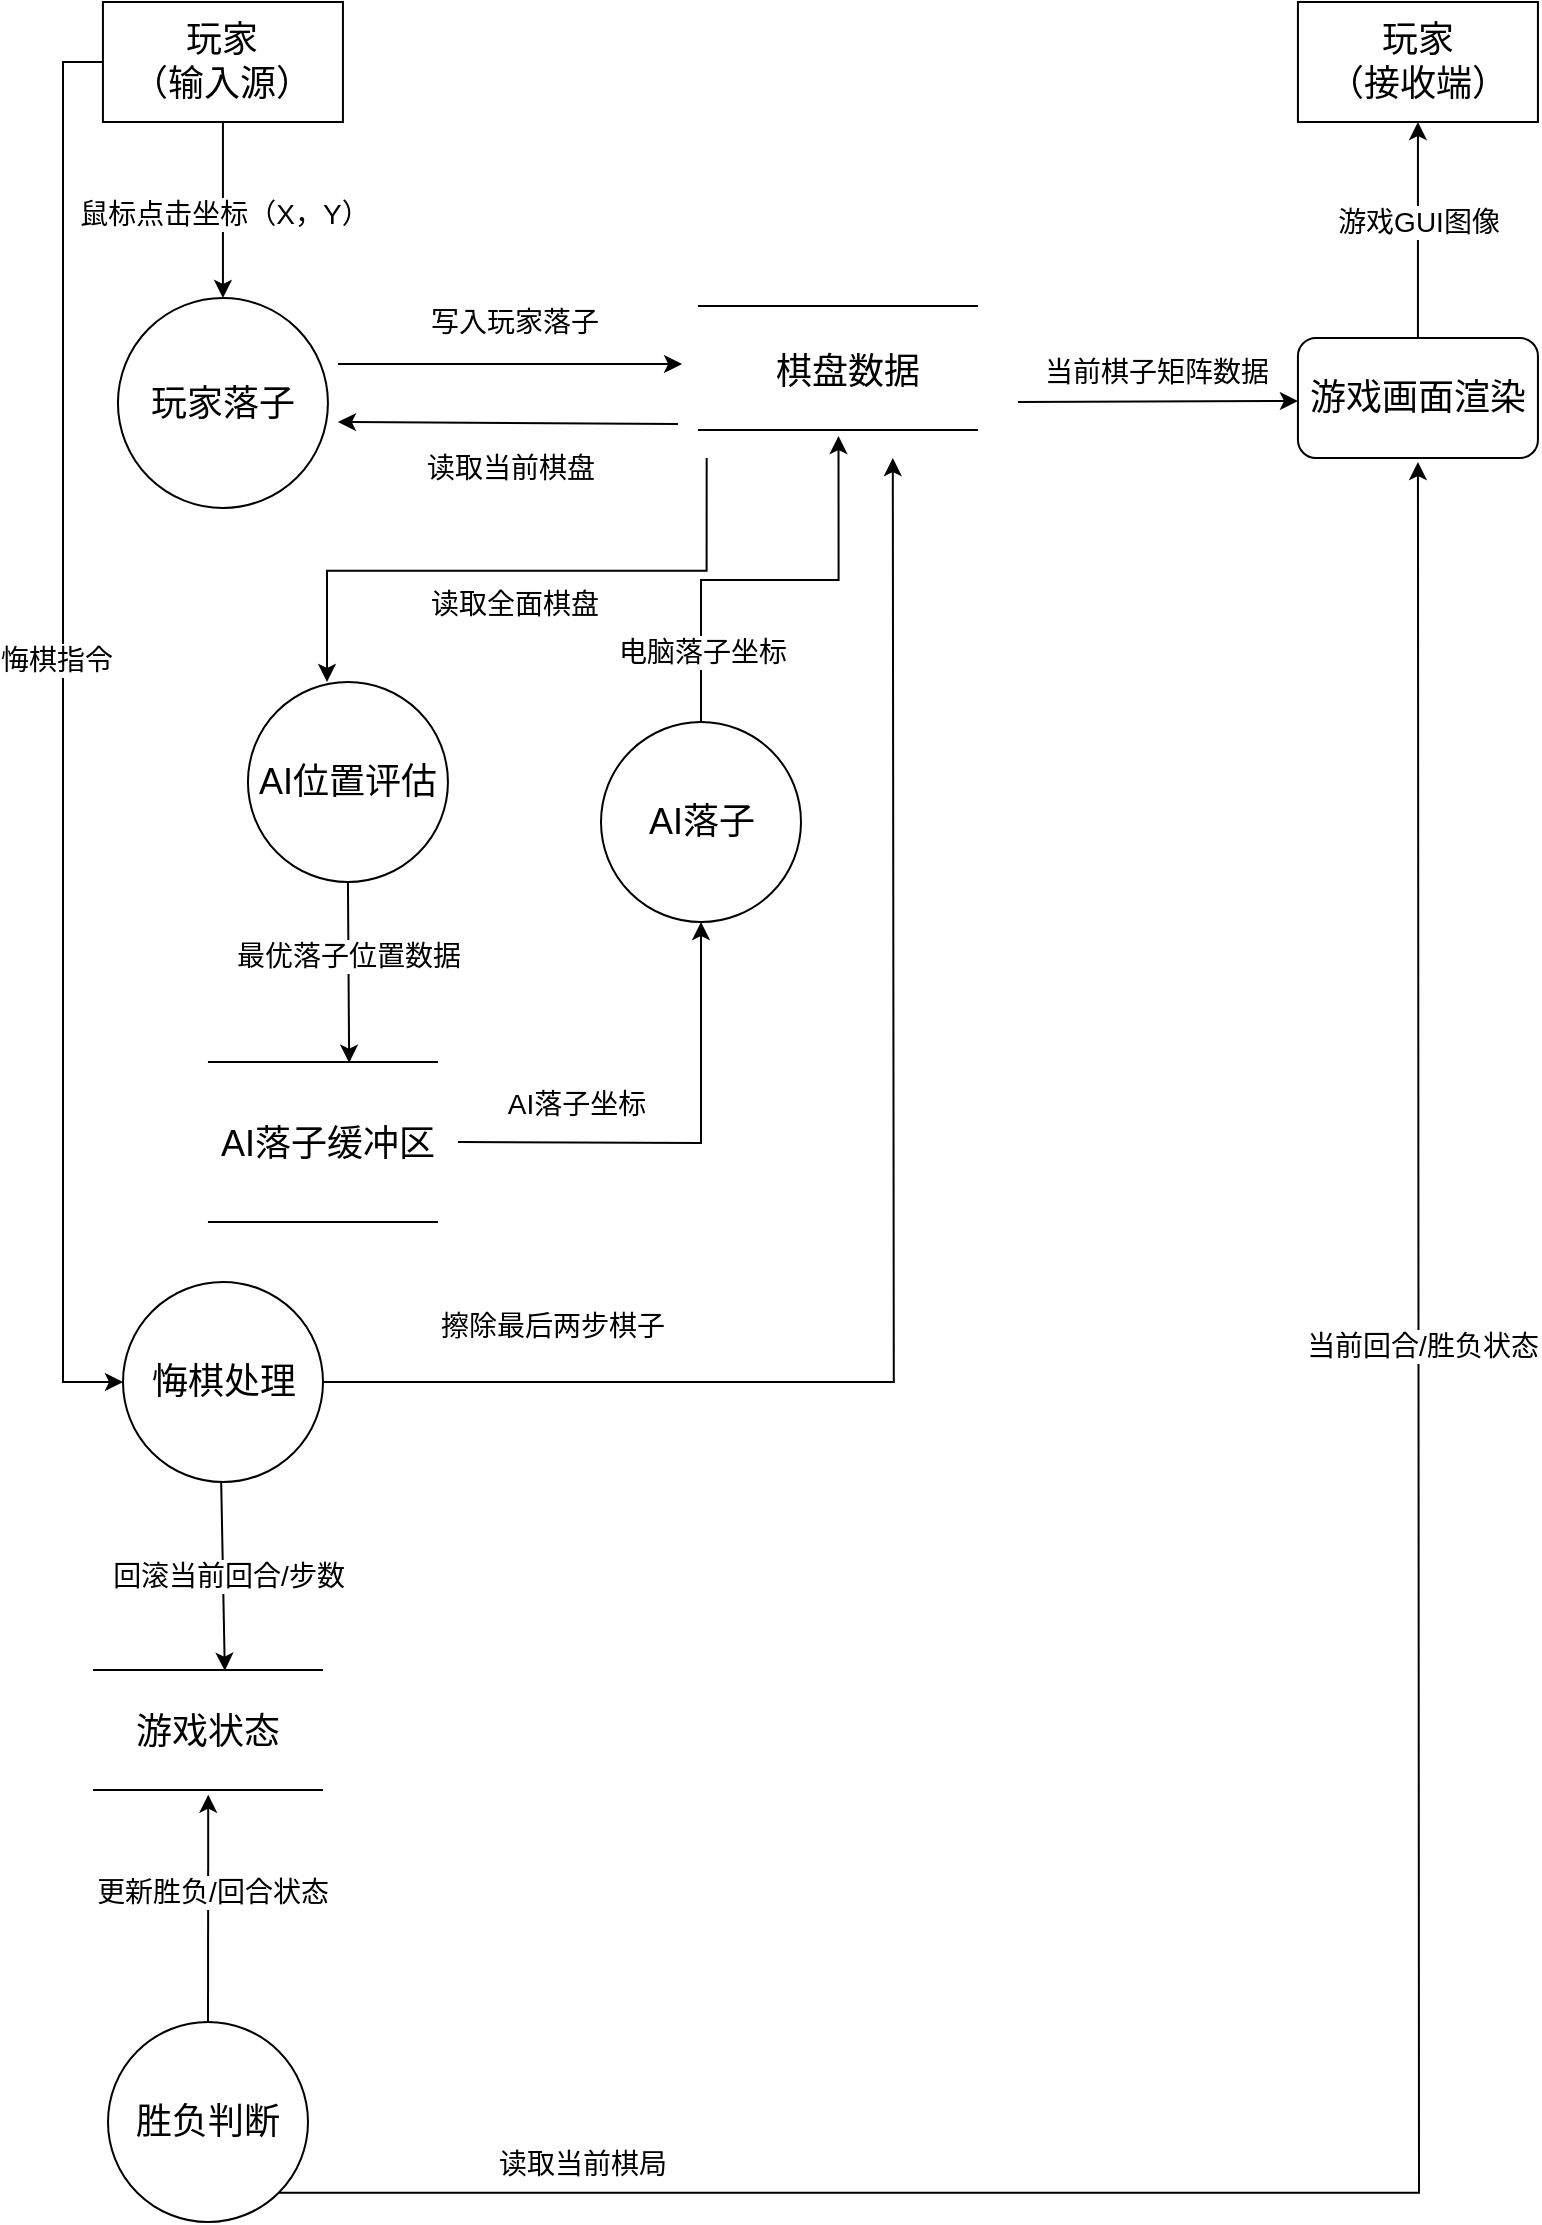
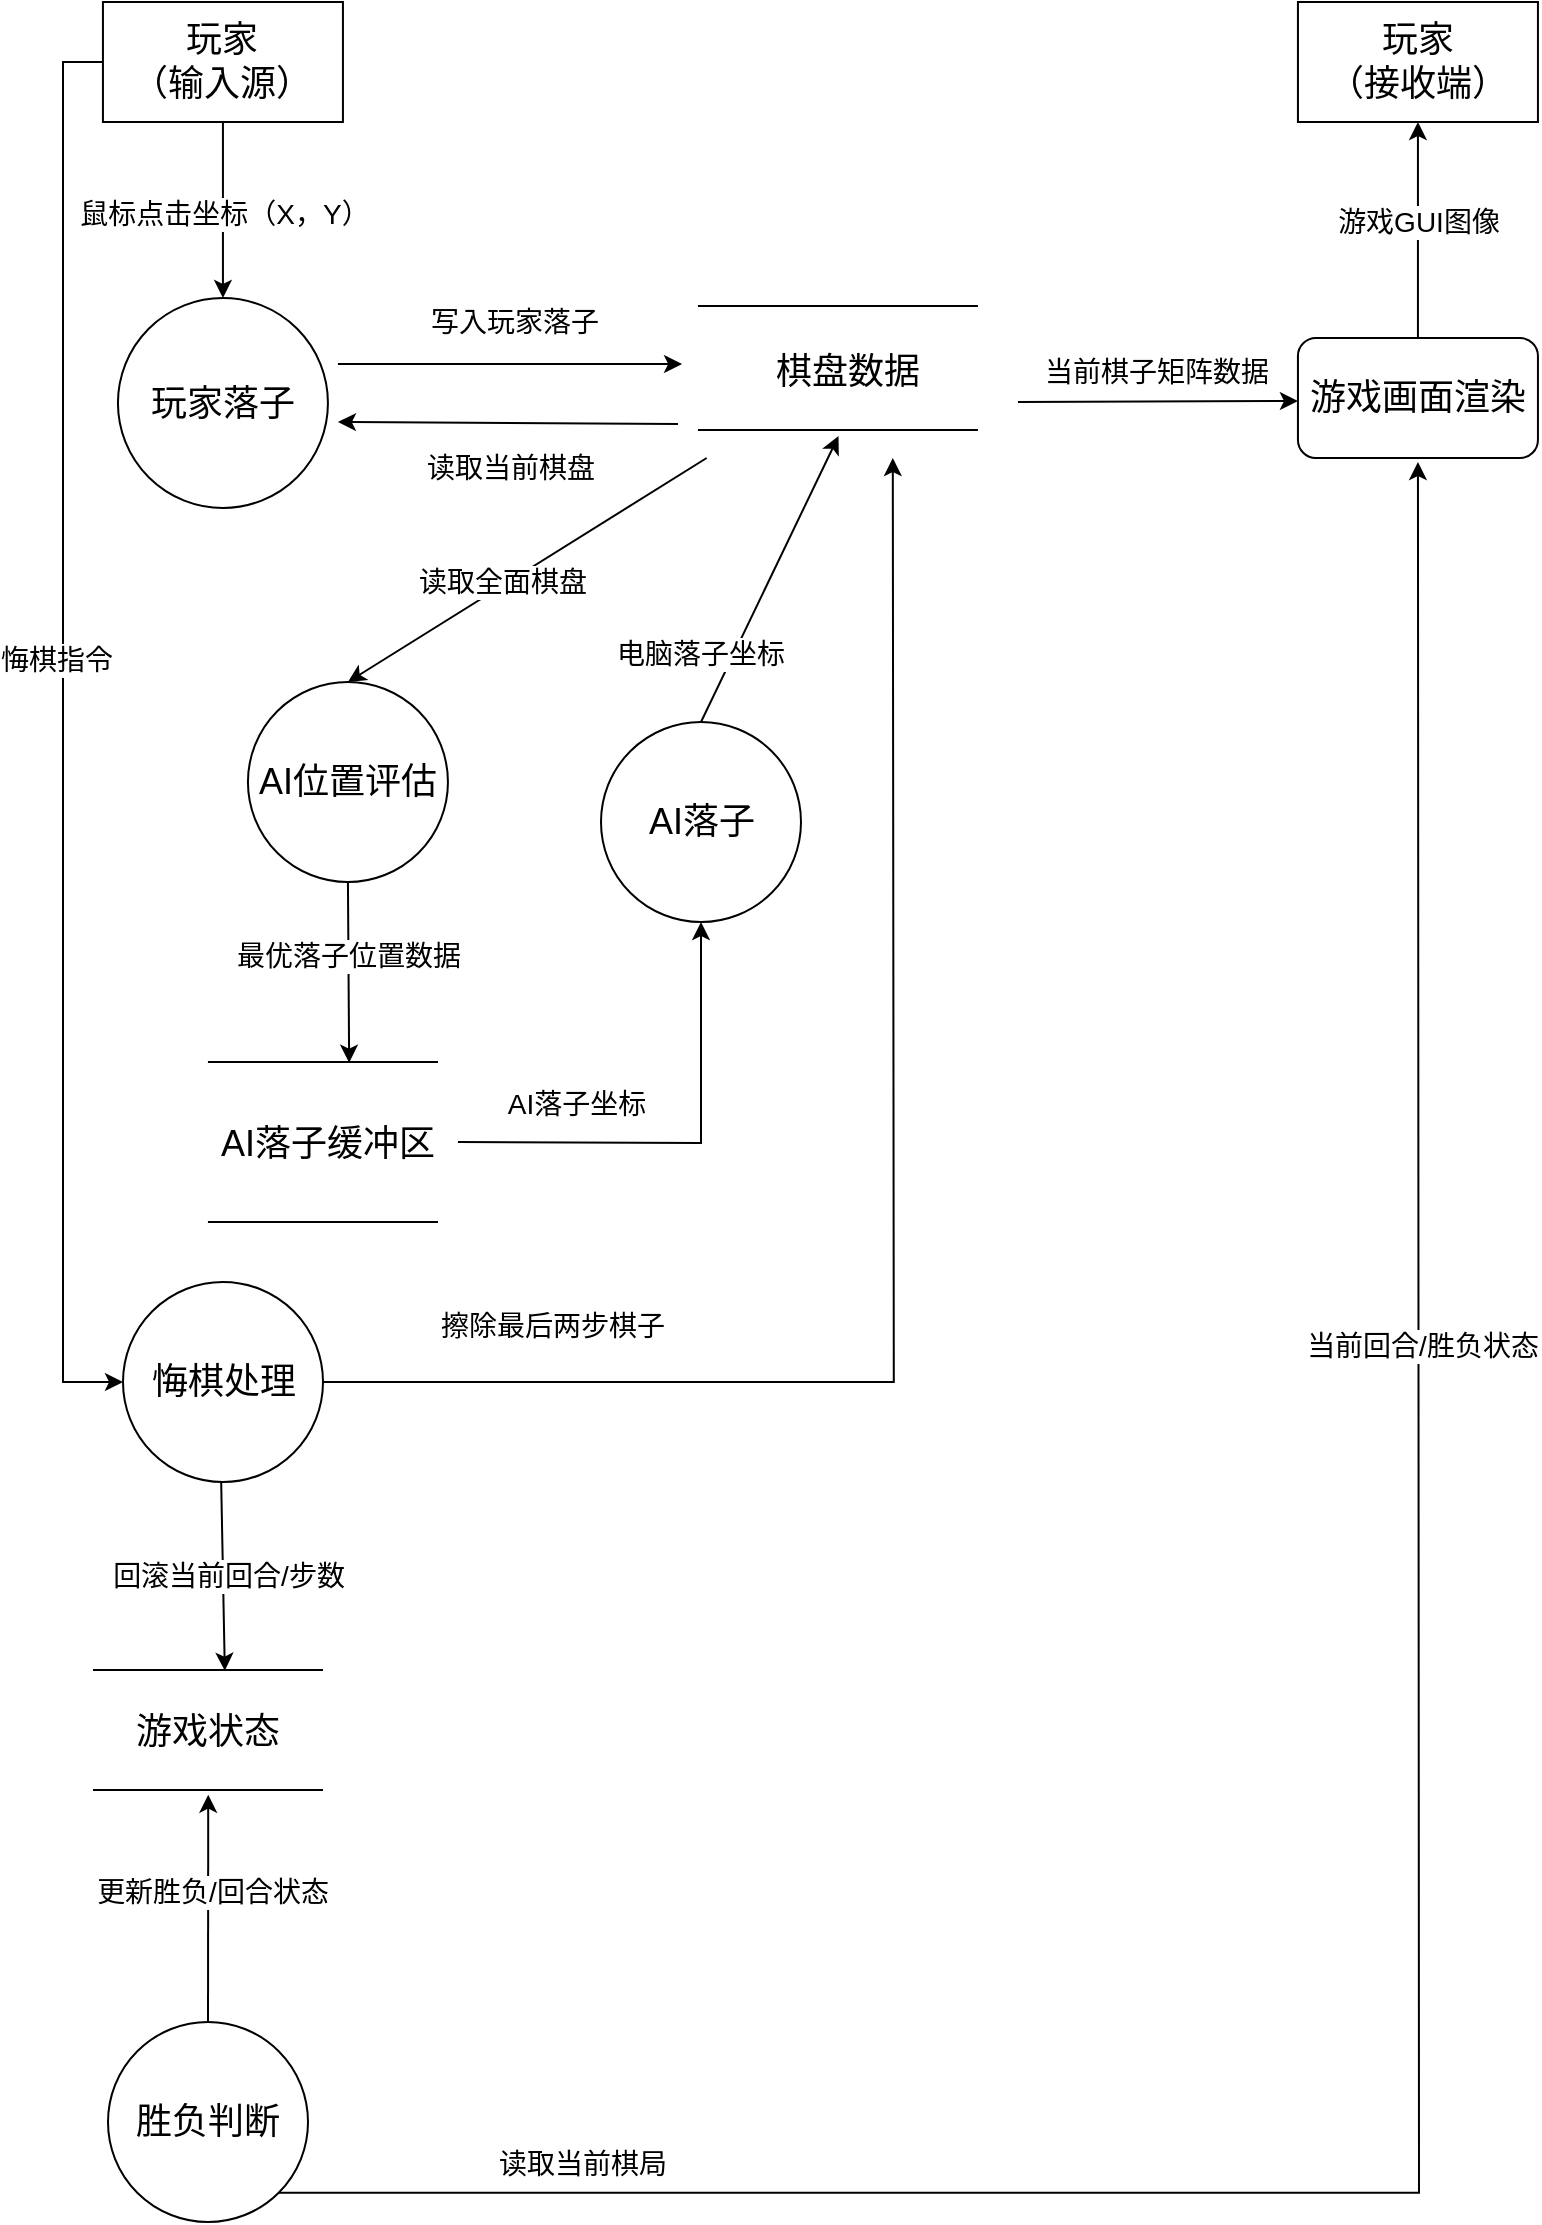
<mxfile host="app.diagrams.net">
  <diagram name="Page-1" id="hryGj0KzSXnJhMcqTr9-">
    <mxGraphModel dx="1201" dy="825" grid="1" gridSize="10" guides="1" tooltips="1" connect="1" arrows="1" fold="1" page="1" pageScale="1" pageWidth="827" pageHeight="1169" math="0" shadow="0">
      <root>
        <mxCell id="0" />
        <mxCell id="1" parent="0" />
        <mxCell id="fDHwApNMCYBN-XmplwMt-11" edge="1" parent="1" source="fDHwApNMCYBN-XmplwMt-3" style="edgeStyle=orthogonalEdgeStyle;rounded=0;orthogonalLoop=1;jettySize=auto;html=1;exitX=0.5;exitY=1;exitDx=0;exitDy=0;entryX=0.5;entryY=0;entryDx=0;entryDy=0;" target="SoA14i47H3jGXmkj97EN-22">
          <mxGeometry relative="1" as="geometry">
            <mxPoint x="93.97" y="200" as="targetPoint" />
          </mxGeometry>
        </mxCell>
        <mxCell id="fDHwApNMCYBN-XmplwMt-12" connectable="0" parent="fDHwApNMCYBN-XmplwMt-11" style="edgeLabel;html=1;align=center;verticalAlign=middle;resizable=0;points=[];" value="&lt;font style=&quot;font-size: 14px;&quot;&gt;鼠标点击坐标（X，Y）&lt;/font&gt;" vertex="1">
          <mxGeometry relative="1" x="0.0364" as="geometry">
            <mxPoint as="offset" />
          </mxGeometry>
        </mxCell>
        <mxCell id="SoA14i47H3jGXmkj97EN-53" edge="1" parent="1" source="fDHwApNMCYBN-XmplwMt-3" style="edgeStyle=orthogonalEdgeStyle;rounded=0;orthogonalLoop=1;jettySize=auto;html=1;exitX=0;exitY=0.5;exitDx=0;exitDy=0;entryX=0;entryY=0.5;entryDx=0;entryDy=0;" target="SoA14i47H3jGXmkj97EN-41">
          <mxGeometry relative="1" as="geometry" />
        </mxCell>
        <mxCell id="SoA14i47H3jGXmkj97EN-54" connectable="0" parent="SoA14i47H3jGXmkj97EN-53" style="edgeLabel;html=1;align=center;verticalAlign=middle;resizable=0;points=[];" value="&lt;font style=&quot;font-size: 14px;&quot;&gt;悔棋指令&lt;/font&gt;" vertex="1">
          <mxGeometry relative="1" x="-0.1018" y="-4" as="geometry">
            <mxPoint as="offset" />
          </mxGeometry>
        </mxCell>
        <mxCell id="fDHwApNMCYBN-XmplwMt-3" parent="1" style="rounded=0;whiteSpace=wrap;html=1;" value="&lt;font style=&quot;font-size: 18px;&quot;&gt;玩家&lt;/font&gt;&lt;div&gt;&lt;font style=&quot;font-size: 18px;&quot;&gt;（输入源）&lt;/font&gt;&lt;/div&gt;" vertex="1">
          <mxGeometry height="60" width="120" x="66.47" y="30" as="geometry" />
        </mxCell>
        <mxCell id="SoA14i47H3jGXmkj97EN-37" edge="1" parent="1" source="fDHwApNMCYBN-XmplwMt-9" style="edgeStyle=orthogonalEdgeStyle;rounded=0;orthogonalLoop=1;jettySize=auto;html=1;exitX=0.5;exitY=0;exitDx=0;exitDy=0;entryX=0.5;entryY=1;entryDx=0;entryDy=0;" target="fDHwApNMCYBN-XmplwMt-10">
          <mxGeometry relative="1" as="geometry" />
        </mxCell>
        <mxCell id="SoA14i47H3jGXmkj97EN-38" connectable="0" parent="SoA14i47H3jGXmkj97EN-37" style="edgeLabel;html=1;align=center;verticalAlign=middle;resizable=0;points=[];" value="&lt;font style=&quot;font-size: 14px;&quot;&gt;游戏GUI图像&lt;/font&gt;" vertex="1">
          <mxGeometry relative="1" x="0.0741" as="geometry">
            <mxPoint as="offset" />
          </mxGeometry>
        </mxCell>
        <mxCell id="fDHwApNMCYBN-XmplwMt-9" parent="1" style="rounded=1;whiteSpace=wrap;html=1;" value="&lt;font style=&quot;font-size: 18px;&quot;&gt;游戏画面渲染&lt;/font&gt;" vertex="1">
          <mxGeometry height="60" width="120" x="663.97" y="198" as="geometry" />
        </mxCell>
        <mxCell id="fDHwApNMCYBN-XmplwMt-10" parent="1" style="rounded=0;whiteSpace=wrap;html=1;" value="&lt;span style=&quot;font-size: 18px;&quot;&gt;玩家&lt;/span&gt;&lt;div&gt;&lt;span style=&quot;font-size: 18px;&quot;&gt;（接收端）&lt;/span&gt;&lt;/div&gt;" vertex="1">
          <mxGeometry height="60" width="120" x="663.97" y="30" as="geometry" />
        </mxCell>
        <mxCell id="SoA14i47H3jGXmkj97EN-10" edge="1" parent="1" style="endArrow=classic;html=1;rounded=0;entryX=0.013;entryY=0.14;entryDx=0;entryDy=0;entryPerimeter=0;" value="">
          <mxGeometry height="50" relative="1" width="50" as="geometry">
            <mxPoint x="183.97" y="211" as="sourcePoint" />
            <mxPoint x="356.037" y="211" as="targetPoint" />
          </mxGeometry>
        </mxCell>
        <mxCell id="SoA14i47H3jGXmkj97EN-11" connectable="0" parent="SoA14i47H3jGXmkj97EN-10" style="edgeLabel;html=1;align=center;verticalAlign=middle;resizable=0;points=[];" value="&lt;font style=&quot;font-size: 14px;&quot;&gt;写入玩家落子&lt;/font&gt;" vertex="1">
          <mxGeometry relative="1" x="0.0202" y="1" as="geometry">
            <mxPoint y="-20" as="offset" />
          </mxGeometry>
        </mxCell>
        <mxCell id="SoA14i47H3jGXmkj97EN-12" edge="1" parent="1" style="endArrow=classic;html=1;rounded=0;exitX=0.925;exitY=0;exitDx=0;exitDy=0;exitPerimeter=0;" value="">
          <mxGeometry height="50" relative="1" width="50" as="geometry">
            <mxPoint x="353.96999999999997" y="241" as="sourcePoint" />
            <mxPoint x="183.97" y="240" as="targetPoint" />
          </mxGeometry>
        </mxCell>
        <mxCell id="SoA14i47H3jGXmkj97EN-13" connectable="0" parent="SoA14i47H3jGXmkj97EN-12" style="edgeLabel;html=1;align=center;verticalAlign=middle;resizable=0;points=[];" value="&lt;font style=&quot;font-size: 14px;&quot;&gt;读取当前棋盘&lt;/font&gt;&lt;div&gt;&lt;font style=&quot;font-size: 14px;&quot;&gt;&lt;br&gt;&lt;/font&gt;&lt;/div&gt;" vertex="1">
          <mxGeometry relative="1" x="0.0202" y="1" as="geometry">
            <mxPoint x="2" y="29" as="offset" />
          </mxGeometry>
        </mxCell>
-         <mxCell id="SoA14i47H3jGXmkj97EN-14" edge="1" parent="1" style="endArrow=classic;html=1;rounded=0;exitX=0.355;exitY=0.958;exitDx=0;exitDy=0;exitPerimeter=0;edgeStyle=orthogonalEdgeStyle;" value="">
-           <mxGeometry height="50" relative="1" width="50" as="geometry">
-             <Array as="points">
-               <mxPoint x="368.17" y="314.34" />
-               <mxPoint x="179.17000000000002" y="314.34" />
-             </Array>
+         <mxCell id="SoA14i47H3jGXmkj97EN-14" edge="1" parent="1" style="endArrow=classic;html=1;rounded=0;exitX=0.355;exitY=0.958;exitDx=0;exitDy=0;exitPerimeter=0;entryX=0.5;entryY=0;entryDx=0;entryDy=0;" target="SoA14i47H3jGXmkj97EN-23" value="">
+           <mxGeometry height="50" relative="1" width="50" as="geometry">
            <mxPoint x="368.3400000000001" y="258.00399999999996" as="sourcePoint" />
            <mxPoint x="178.5" y="370" as="targetPoint" />
          </mxGeometry>
        </mxCell>
        <mxCell id="SoA14i47H3jGXmkj97EN-15" connectable="0" parent="SoA14i47H3jGXmkj97EN-14" style="edgeLabel;html=1;align=center;verticalAlign=middle;resizable=0;points=[];" value="&lt;font style=&quot;font-size: 14px;&quot;&gt;读取全面棋盘&lt;/font&gt;" vertex="1">
          <mxGeometry relative="1" x="-0.1782" as="geometry">
            <mxPoint x="-29" y="16" as="offset" />
          </mxGeometry>
        </mxCell>
        <mxCell id="SoA14i47H3jGXmkj97EN-16" edge="1" parent="1" style="endArrow=classic;html=1;rounded=0;entryX=0.013;entryY=0.14;entryDx=0;entryDy=0;entryPerimeter=0;" value="">
          <mxGeometry height="50" relative="1" width="50" as="geometry">
            <mxPoint x="523.97" y="230" as="sourcePoint" />
            <mxPoint x="663.9670000000001" y="229.5" as="targetPoint" />
          </mxGeometry>
        </mxCell>
        <mxCell id="SoA14i47H3jGXmkj97EN-17" connectable="0" parent="SoA14i47H3jGXmkj97EN-16" style="edgeLabel;html=1;align=center;verticalAlign=middle;resizable=0;points=[];" value="&lt;span style=&quot;font-size: 14px;&quot;&gt;当前棋子矩阵数据&lt;/span&gt;" vertex="1">
          <mxGeometry relative="1" x="0.0202" y="1" as="geometry">
            <mxPoint x="-3" y="-14" as="offset" />
          </mxGeometry>
        </mxCell>
        <mxCell id="SoA14i47H3jGXmkj97EN-22" parent="1" style="ellipse;whiteSpace=wrap;html=1;aspect=fixed;" value="&lt;font style=&quot;font-size: 18px;&quot;&gt;玩家落子&lt;/font&gt;" vertex="1">
          <mxGeometry height="105" width="105" x="73.97" y="178" as="geometry" />
        </mxCell>
        <mxCell id="SoA14i47H3jGXmkj97EN-23" parent="1" style="ellipse;whiteSpace=wrap;html=1;aspect=fixed;" value="&lt;font style=&quot;font-size: 18px;&quot;&gt;AI位置评估&lt;/font&gt;" vertex="1">
          <mxGeometry height="100" width="100" x="138.97" y="370" as="geometry" />
        </mxCell>
        <mxCell id="SoA14i47H3jGXmkj97EN-24" parent="1" style="ellipse;whiteSpace=wrap;html=1;aspect=fixed;" value="&lt;font style=&quot;font-size: 18px;&quot;&gt;AI落子&lt;/font&gt;" vertex="1">
          <mxGeometry height="100" width="100" x="315.5" y="390" as="geometry" />
        </mxCell>
        <mxCell id="SoA14i47H3jGXmkj97EN-39" edge="1" parent="1" source="SoA14i47H3jGXmkj97EN-25" style="edgeStyle=orthogonalEdgeStyle;rounded=0;orthogonalLoop=1;jettySize=auto;html=1;exitX=1;exitY=1;exitDx=0;exitDy=0;">
          <mxGeometry relative="1" as="geometry">
            <mxPoint x="723.97" y="260" as="targetPoint" />
          </mxGeometry>
        </mxCell>
        <mxCell id="SoA14i47H3jGXmkj97EN-40" connectable="0" parent="SoA14i47H3jGXmkj97EN-39" style="edgeLabel;html=1;align=center;verticalAlign=middle;resizable=0;points=[];" value="&lt;font style=&quot;font-size: 14px;&quot;&gt;当前回合/胜负状态&lt;/font&gt;" vertex="1">
          <mxGeometry relative="1" x="0.2828" y="-1" as="geometry">
            <mxPoint y="-73" as="offset" />
          </mxGeometry>
        </mxCell>
        <mxCell id="SoA14i47H3jGXmkj97EN-52" connectable="0" parent="SoA14i47H3jGXmkj97EN-39" style="edgeLabel;html=1;align=center;verticalAlign=middle;resizable=0;points=[];" value="&lt;font style=&quot;font-size: 14px;&quot;&gt;读取当前棋局&lt;/font&gt;" vertex="1">
          <mxGeometry relative="1" x="-0.7892" y="-2" as="geometry">
            <mxPoint y="-17" as="offset" />
          </mxGeometry>
        </mxCell>
        <mxCell id="SoA14i47H3jGXmkj97EN-60" edge="1" parent="1" source="SoA14i47H3jGXmkj97EN-25" style="rounded=0;orthogonalLoop=1;jettySize=auto;html=1;exitX=0.5;exitY=0;exitDx=0;exitDy=0;entryX=0.501;entryY=0.792;entryDx=0;entryDy=0;entryPerimeter=0;" target="SoA14i47H3jGXmkj97EN-50">
          <mxGeometry relative="1" as="geometry">
            <mxPoint x="501.5" y="930" as="targetPoint" />
          </mxGeometry>
        </mxCell>
        <mxCell id="SoA14i47H3jGXmkj97EN-61" connectable="0" parent="SoA14i47H3jGXmkj97EN-60" style="edgeLabel;html=1;align=center;verticalAlign=middle;resizable=0;points=[];" value="&lt;font style=&quot;font-size: 14px;&quot;&gt;更新胜负/回合状态&lt;/font&gt;" vertex="1">
          <mxGeometry relative="1" x="-0.1486" y="-2" as="geometry">
            <mxPoint y="-17" as="offset" />
          </mxGeometry>
        </mxCell>
        <mxCell id="SoA14i47H3jGXmkj97EN-25" parent="1" style="ellipse;whiteSpace=wrap;html=1;aspect=fixed;" value="&lt;font style=&quot;font-size: 18px;&quot;&gt;胜负判断&lt;/font&gt;" vertex="1">
          <mxGeometry height="100" width="100" x="68.99999999999994" y="1040" as="geometry" />
        </mxCell>
        <mxCell id="SoA14i47H3jGXmkj97EN-27" parent="1" style="line;strokeWidth=1;fillColor=none;align=left;verticalAlign=middle;spacingTop=-1;spacingLeft=3;spacingRight=3;rotatable=0;labelPosition=right;points=[];portConstraint=eastwest;strokeColor=inherit;" value="" vertex="1">
          <mxGeometry height="8" width="140" x="363.96999999999997" y="178" as="geometry" />
        </mxCell>
        <mxCell id="SoA14i47H3jGXmkj97EN-28" parent="1" style="line;strokeWidth=1;fillColor=none;align=left;verticalAlign=middle;spacingTop=-1;spacingLeft=3;spacingRight=3;rotatable=0;labelPosition=right;points=[];portConstraint=eastwest;strokeColor=inherit;" value="" vertex="1">
          <mxGeometry height="8" width="140" x="363.96999999999997" y="240" as="geometry" />
        </mxCell>
        <mxCell id="SoA14i47H3jGXmkj97EN-29" parent="1" style="text;html=1;whiteSpace=wrap;strokeColor=none;fillColor=none;align=center;verticalAlign=middle;rounded=0;" value="&lt;font style=&quot;font-size: 18px;&quot;&gt;棋盘数据&lt;/font&gt;" vertex="1">
          <mxGeometry height="30" width="110" x="383.96999999999997" y="200" as="geometry" />
        </mxCell>
        <mxCell id="SoA14i47H3jGXmkj97EN-33" edge="1" parent="1" style="rounded=0;orthogonalLoop=1;jettySize=auto;html=1;entryX=0.5;entryY=1;entryDx=0;entryDy=0;edgeStyle=orthogonalEdgeStyle;" target="SoA14i47H3jGXmkj97EN-24">
          <mxGeometry relative="1" as="geometry">
            <mxPoint x="243.97" y="600" as="sourcePoint" />
          </mxGeometry>
        </mxCell>
        <mxCell id="SoA14i47H3jGXmkj97EN-34" connectable="0" parent="SoA14i47H3jGXmkj97EN-33" style="edgeLabel;html=1;align=center;verticalAlign=middle;resizable=0;points=[];" value="&lt;font style=&quot;font-size: 14px;&quot;&gt;AI落子坐标&lt;/font&gt;" vertex="1">
          <mxGeometry relative="1" x="0.0204" y="5" as="geometry">
            <mxPoint x="-60" y="-15" as="offset" />
          </mxGeometry>
        </mxCell>
        <mxCell id="SoA14i47H3jGXmkj97EN-31" edge="1" parent="1" source="SoA14i47H3jGXmkj97EN-23" style="endArrow=classic;html=1;rounded=0;entryX=0.614;entryY=0.542;entryDx=0;entryDy=0;exitX=0.5;exitY=1;exitDx=0;exitDy=0;entryPerimeter=0;" target="SoA14i47H3jGXmkj97EN-42" value="">
          <mxGeometry height="50" relative="1" width="50" as="geometry">
            <mxPoint x="451.90299999999996" y="310" as="sourcePoint" />
            <mxPoint x="88.97" y="550" as="targetPoint" />
          </mxGeometry>
        </mxCell>
        <mxCell id="SoA14i47H3jGXmkj97EN-32" connectable="0" parent="SoA14i47H3jGXmkj97EN-31" style="edgeLabel;html=1;align=center;verticalAlign=middle;resizable=0;points=[];" value="&lt;span style=&quot;font-size: 14px;&quot;&gt;最优落子位置数据&lt;/span&gt;" vertex="1">
          <mxGeometry relative="1" x="-0.1782" as="geometry">
            <mxPoint as="offset" />
          </mxGeometry>
        </mxCell>
-         <mxCell id="SoA14i47H3jGXmkj97EN-35" edge="1" parent="1" source="SoA14i47H3jGXmkj97EN-24" style="edgeStyle=orthogonalEdgeStyle;rounded=0;orthogonalLoop=1;jettySize=auto;html=1;exitX=0.5;exitY=0;exitDx=0;exitDy=0;entryX=0.502;entryY=0.875;entryDx=0;entryDy=0;entryPerimeter=0;" target="SoA14i47H3jGXmkj97EN-28">
+         <mxCell id="SoA14i47H3jGXmkj97EN-35" edge="1" parent="1" source="SoA14i47H3jGXmkj97EN-24" style="rounded=0;orthogonalLoop=1;jettySize=auto;html=1;exitX=0.5;exitY=0;exitDx=0;exitDy=0;entryX=0.502;entryY=0.875;entryDx=0;entryDy=0;entryPerimeter=0;" target="SoA14i47H3jGXmkj97EN-28">
          <mxGeometry relative="1" as="geometry" />
        </mxCell>
        <mxCell id="SoA14i47H3jGXmkj97EN-36" connectable="0" parent="SoA14i47H3jGXmkj97EN-35" style="edgeLabel;html=1;align=center;verticalAlign=middle;resizable=0;points=[];" value="&lt;span style=&quot;font-size: 14px;&quot;&gt;电脑落子坐标&lt;/span&gt;" vertex="1">
          <mxGeometry relative="1" x="-0.0044" y="1" as="geometry">
            <mxPoint x="-34" y="37" as="offset" />
          </mxGeometry>
        </mxCell>
        <mxCell id="SoA14i47H3jGXmkj97EN-55" edge="1" parent="1" source="SoA14i47H3jGXmkj97EN-41" style="edgeStyle=orthogonalEdgeStyle;rounded=0;orthogonalLoop=1;jettySize=auto;html=1;exitX=1;exitY=0.5;exitDx=0;exitDy=0;">
          <mxGeometry relative="1" as="geometry">
            <mxPoint x="211.5" y="748" as="sourcePoint" />
            <mxPoint x="461.4" y="258" as="targetPoint" />
          </mxGeometry>
        </mxCell>
        <mxCell id="SoA14i47H3jGXmkj97EN-57" connectable="0" parent="SoA14i47H3jGXmkj97EN-55" style="edgeLabel;html=1;align=center;verticalAlign=middle;resizable=0;points=[];" value="&lt;font style=&quot;font-size: 14px;&quot;&gt;擦除最后两步棋子&lt;/font&gt;" vertex="1">
          <mxGeometry relative="1" x="-0.6914" y="3" as="geometry">
            <mxPoint x="-1" y="-25" as="offset" />
          </mxGeometry>
        </mxCell>
        <mxCell id="SoA14i47H3jGXmkj97EN-58" edge="1" parent="1" style="rounded=0;orthogonalLoop=1;jettySize=auto;html=1;exitX=0.5;exitY=1;exitDx=0;exitDy=0;entryX=0.581;entryY=0.542;entryDx=0;entryDy=0;entryPerimeter=0;">
          <mxGeometry relative="1" as="geometry">
            <mxPoint x="125.59" y="770" as="sourcePoint" />
            <mxPoint x="127.40500000000006" y="864.336" as="targetPoint" />
          </mxGeometry>
        </mxCell>
        <mxCell id="SoA14i47H3jGXmkj97EN-59" connectable="0" parent="SoA14i47H3jGXmkj97EN-58" style="edgeLabel;html=1;align=center;verticalAlign=middle;resizable=0;points=[];" value="&lt;font style=&quot;font-size: 14px;&quot;&gt;回滚当前回合/步数&lt;/font&gt;" vertex="1">
          <mxGeometry relative="1" x="0.2601" y="2" as="geometry">
            <mxPoint y="-13" as="offset" />
          </mxGeometry>
        </mxCell>
        <mxCell id="SoA14i47H3jGXmkj97EN-41" parent="1" style="ellipse;whiteSpace=wrap;html=1;aspect=fixed;" value="&lt;font style=&quot;font-size: 18px;&quot;&gt;悔棋处理&lt;/font&gt;" vertex="1">
          <mxGeometry height="100" width="100" x="76.5" y="670" as="geometry" />
        </mxCell>
        <mxCell id="SoA14i47H3jGXmkj97EN-42" parent="1" style="line;strokeWidth=1;fillColor=none;align=left;verticalAlign=middle;spacingTop=-1;spacingLeft=3;spacingRight=3;rotatable=0;labelPosition=right;points=[];portConstraint=eastwest;strokeColor=inherit;" value="" vertex="1">
          <mxGeometry height="8" width="115" x="118.97" y="556" as="geometry" />
        </mxCell>
        <mxCell id="SoA14i47H3jGXmkj97EN-43" parent="1" style="line;strokeWidth=1;fillColor=none;align=left;verticalAlign=middle;spacingTop=-1;spacingLeft=3;spacingRight=3;rotatable=0;labelPosition=right;points=[];portConstraint=eastwest;strokeColor=inherit;" value="" vertex="1">
          <mxGeometry height="8" width="115" x="118.97" y="636" as="geometry" />
        </mxCell>
        <mxCell id="SoA14i47H3jGXmkj97EN-44" parent="1" style="text;html=1;whiteSpace=wrap;strokeColor=none;fillColor=none;align=center;verticalAlign=middle;rounded=0;" value="&lt;span style=&quot;font-size: 18px;&quot;&gt;AI落子缓冲区&lt;/span&gt;" vertex="1">
          <mxGeometry height="30" width="110" x="123.97" y="586" as="geometry" />
        </mxCell>
        <mxCell id="SoA14i47H3jGXmkj97EN-49" parent="1" style="line;strokeWidth=1;fillColor=none;align=left;verticalAlign=middle;spacingTop=-1;spacingLeft=3;spacingRight=3;rotatable=0;labelPosition=right;points=[];portConstraint=eastwest;strokeColor=inherit;" value="" vertex="1">
          <mxGeometry height="8" width="115" x="61.5" y="860" as="geometry" />
        </mxCell>
        <mxCell id="SoA14i47H3jGXmkj97EN-50" parent="1" style="line;strokeWidth=1;fillColor=none;align=left;verticalAlign=middle;spacingTop=-1;spacingLeft=3;spacingRight=3;rotatable=0;labelPosition=right;points=[];portConstraint=eastwest;strokeColor=inherit;" value="" vertex="1">
          <mxGeometry height="8" width="115" x="61.5" y="920" as="geometry" />
        </mxCell>
        <mxCell id="SoA14i47H3jGXmkj97EN-51" parent="1" style="text;html=1;whiteSpace=wrap;strokeColor=none;fillColor=none;align=center;verticalAlign=middle;rounded=0;" value="&lt;span style=&quot;font-size: 18px;&quot;&gt;游戏状态&lt;/span&gt;" vertex="1">
          <mxGeometry height="30" width="110" x="64" y="880" as="geometry" />
        </mxCell>
      </root>
    </mxGraphModel>
  </diagram>
</mxfile>
